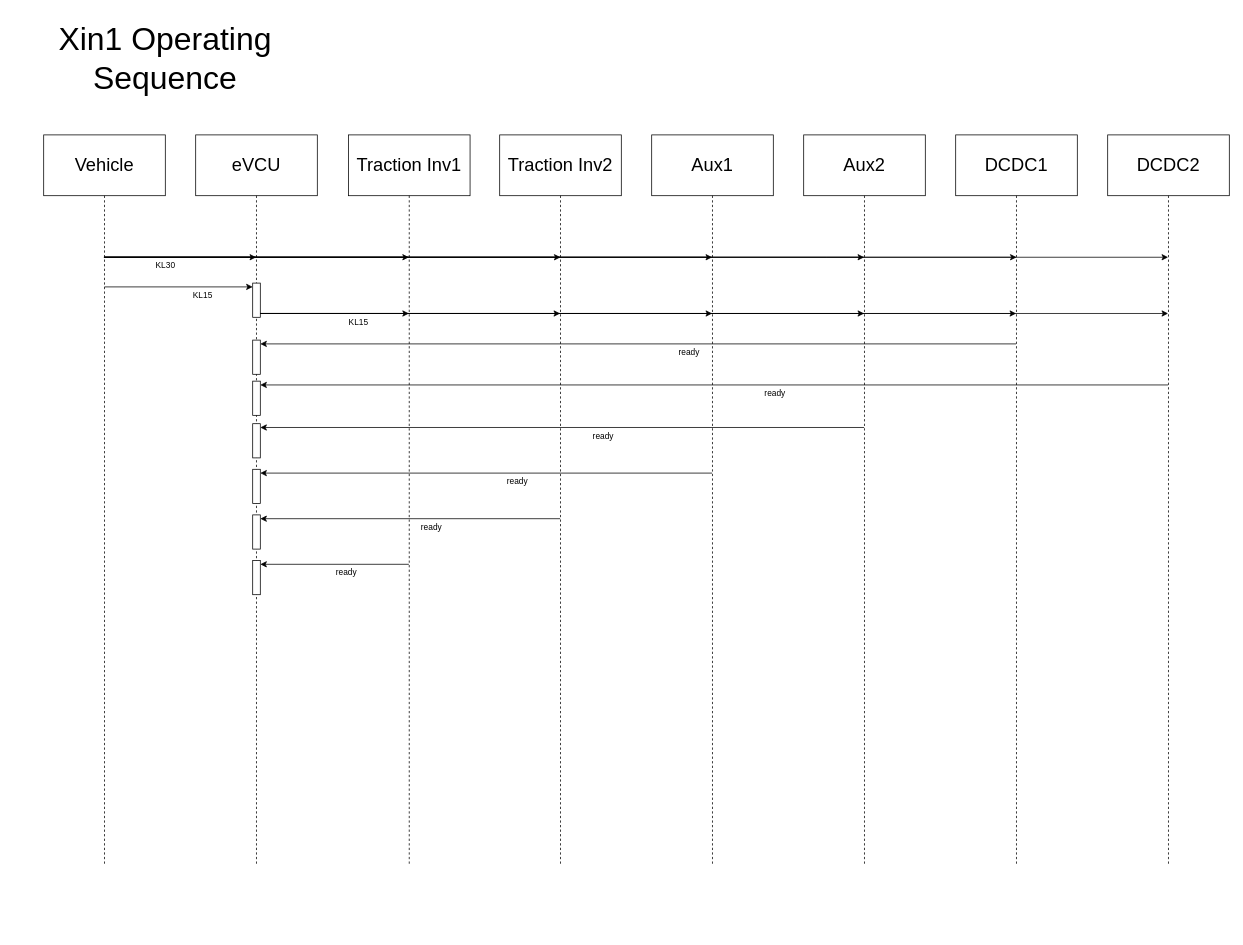
Earlier version of the draw.io diagram page "subsytem Block diag" (2 of 3) of xin1System.drawio (chdev2011/temp). Source tidied: cells renumbered, new cells numbered last; positions are measured from the earlier drawing's top-left corner, leaving out a move shared by most shapes. Both pictures are drawn from the tidied source at 76%, with x=0, y=0 at pixel (13, 13).
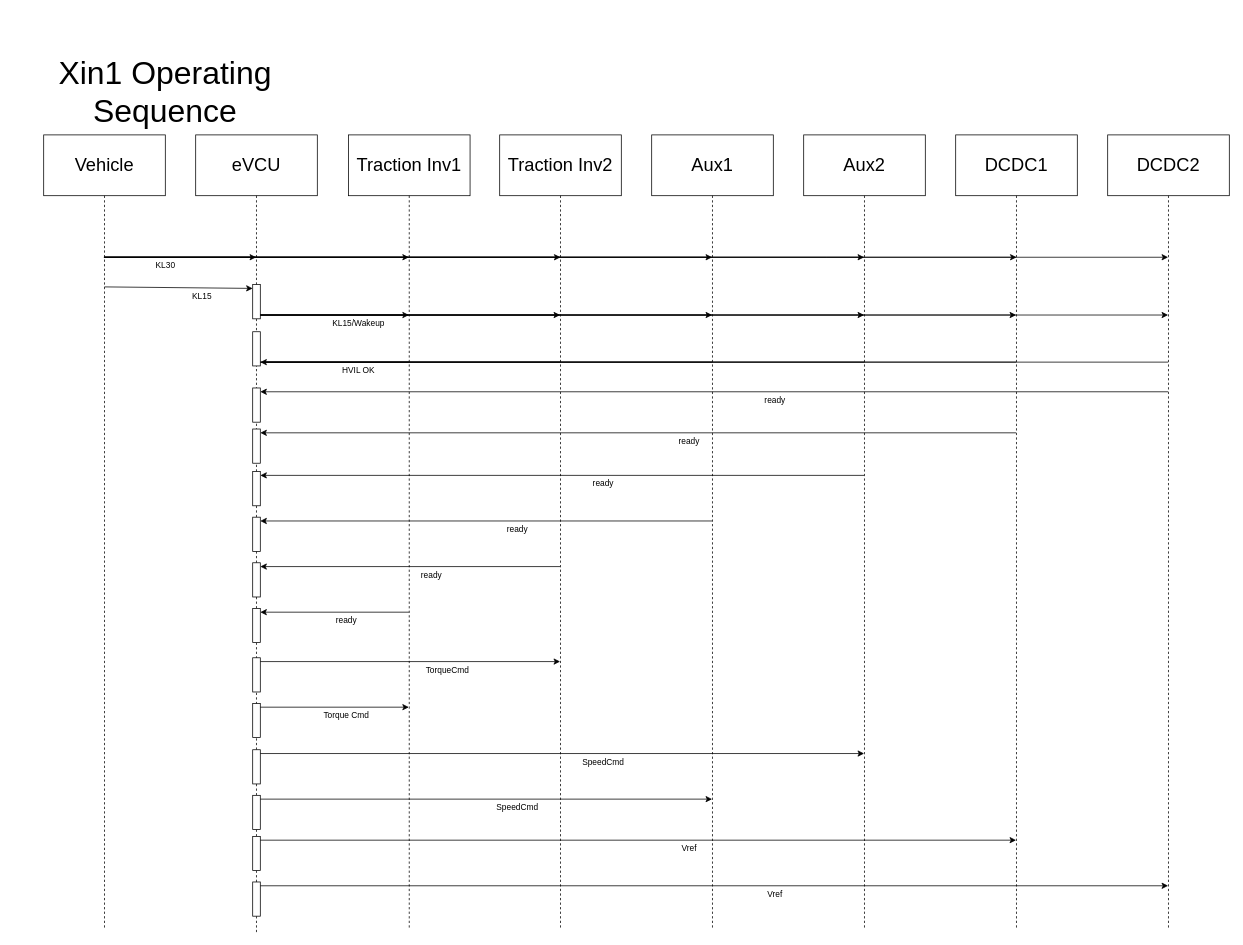
After the change.

Unchanged cells that the change refers to:
```xml
<mxCell id="27" style="endArrow=classic;html=1;rounded=0;exitX=1;exitY=1;exitDx=0;exitDy=-5;exitPerimeter=0;" parent="1" edge="1" source="5" target="12">
  <mxGeometry relative="1" as="geometry" />
</mxCell>
```

The edit, as a diff of the source:
```diff
@@
     <mxCell id="2" value="Xin1 Operating Sequence" style="text;html=1;whiteSpace=wrap;strokeColor=none;fillColor=none;align=center;verticalAlign=middle;rounded=1;fontSize=42;labelBorderColor=none;" parent="1" vertex="1">
-      <mxGeometry width="400" height="120" as="geometry" />
+      <mxGeometry y="44" width="400" height="120" as="geometry" />
     </mxCell>
     <mxCell id="3" value="Vehicle" style="shape=umlLifeline;perimeter=lifelinePerimeter;whiteSpace=wrap;html=1;newEdgeStyle={&quot;curved&quot;:0,&quot;rounded&quot;:0};size=80;fontSize=24;" parent="1" vertex="1">
-      <mxGeometry x="40" y="160" width="160" height="960" as="geometry" />
+      <mxGeometry x="40" y="160" width="160" height="1044" as="geometry" />
     </mxCell>
     <mxCell id="4" value="eVCU" style="shape=umlLifeline;perimeter=lifelinePerimeter;whiteSpace=wrap;html=1;newEdgeStyle={&quot;curved&quot;:0,&quot;rounded&quot;:0};size=80;fontSize=24;" parent="1" vertex="1">
-      <mxGeometry x="240" y="160" width="160" height="960" as="geometry" />
+      <mxGeometry x="240" y="160" width="160" height="1049" as="geometry" />
     </mxCell>
     <mxCell id="5" style="html=1;points=[[0,0,0,0,5],[0,1,0,0,-5],[1,0,0,0,5],[1,1,0,0,-5]];perimeter=orthogonalPerimeter;outlineConnect=0;targetShapes=umlLifeline;portConstraint=eastwest;newEdgeStyle={&quot;curved&quot;:0,&quot;rounded&quot;:0};" parent="4" vertex="1">
-      <mxGeometry x="75" y="195" width="10" height="45" as="geometry" />
+      <mxGeometry x="75" y="197" width="10" height="45" as="geometry" />
     </mxCell>
     <mxCell id="6" style="html=1;points=[[0,0,0,0,5],[0,1,0,0,-5],[1,0,0,0,5],[1,1,0,0,-5]];perimeter=orthogonalPerimeter;outlineConnect=0;targetShapes=umlLifeline;portConstraint=eastwest;newEdgeStyle={&quot;curved&quot;:0,&quot;rounded&quot;:0};" parent="4" vertex="1">
-      <mxGeometry x="75" y="324" width="10" height="45" as="geometry" />
+      <mxGeometry x="75" y="387" width="10" height="45" as="geometry" />
     </mxCell>
     <mxCell id="7" style="html=1;points=[[0,0,0,0,5],[0,1,0,0,-5],[1,0,0,0,5],[1,1,0,0,-5]];perimeter=orthogonalPerimeter;outlineConnect=0;targetShapes=umlLifeline;portConstraint=eastwest;newEdgeStyle={&quot;curved&quot;:0,&quot;rounded&quot;:0};" parent="4" vertex="1">
-      <mxGeometry x="75" y="270" width="10" height="45" as="geometry" />
+      <mxGeometry x="75" y="333" width="10" height="45" as="geometry" />
     </mxCell>
     <mxCell id="8" style="html=1;points=[[0,0,0,0,5],[0,1,0,0,-5],[1,0,0,0,5],[1,1,0,0,-5]];perimeter=orthogonalPerimeter;outlineConnect=0;targetShapes=umlLifeline;portConstraint=eastwest;newEdgeStyle={&quot;curved&quot;:0,&quot;rounded&quot;:0};" parent="4" vertex="1">
-      <mxGeometry x="75" y="380" width="10" height="45" as="geometry" />
+      <mxGeometry x="75" y="443" width="10" height="45" as="geometry" />
     </mxCell>
     <mxCell id="9" style="html=1;points=[[0,0,0,0,5],[0,1,0,0,-5],[1,0,0,0,5],[1,1,0,0,-5]];perimeter=orthogonalPerimeter;outlineConnect=0;targetShapes=umlLifeline;portConstraint=eastwest;newEdgeStyle={&quot;curved&quot;:0,&quot;rounded&quot;:0};" parent="4" vertex="1">
-      <mxGeometry x="75" y="440" width="10" height="45" as="geometry" />
+      <mxGeometry x="75" y="503" width="10" height="45" as="geometry" />
     </mxCell>
     <mxCell id="10" style="html=1;points=[[0,0,0,0,5],[0,1,0,0,-5],[1,0,0,0,5],[1,1,0,0,-5]];perimeter=orthogonalPerimeter;outlineConnect=0;targetShapes=umlLifeline;portConstraint=eastwest;newEdgeStyle={&quot;curved&quot;:0,&quot;rounded&quot;:0};" parent="4" vertex="1">
-      <mxGeometry x="75" y="500" width="10" height="45" as="geometry" />
+      <mxGeometry x="75" y="563" width="10" height="45" as="geometry" />
     </mxCell>
     <mxCell id="11" style="html=1;points=[[0,0,0,0,5],[0,1,0,0,-5],[1,0,0,0,5],[1,1,0,0,-5]];perimeter=orthogonalPerimeter;outlineConnect=0;targetShapes=umlLifeline;portConstraint=eastwest;newEdgeStyle={&quot;curved&quot;:0,&quot;rounded&quot;:0};" parent="4" vertex="1">
-      <mxGeometry x="75" y="560" width="10" height="45" as="geometry" />
+      <mxGeometry x="75" y="623" width="10" height="45" as="geometry" />
     </mxCell>
+    <mxCell id="35" style="endArrow=classic;html=1;rounded=0;entryX=1;entryY=0;entryDx=0;entryDy=5;entryPerimeter=0;" parent="4" edge="1" target="6">
+      <mxGeometry relative="1" as="geometry">
+        <mxPoint x="1079.5" y="392" as="sourcePoint" />
+      </mxGeometry>
+    </mxCell>
+    <mxCell id="36" value="ready" style="edgeLabel;html=1;align=center;verticalAlign=middle;" parent="35" vertex="1">
+      <mxGeometry x="-0.13" y="2" relative="1" as="geometry">
+        <mxPoint x="2" y="8" as="offset" />
+      </mxGeometry>
+    </mxCell>
+    <mxCell id="37" style="endArrow=classic;html=1;rounded=0;entryX=1;entryY=0;entryDx=0;entryDy=5;entryPerimeter=0;" parent="4" edge="1" target="7">
+      <mxGeometry relative="1" as="geometry">
+        <mxPoint x="1279.5" y="338" as="sourcePoint" />
+      </mxGeometry>
+    </mxCell>
+    <mxCell id="38" value="ready" style="edgeLabel;html=1;align=center;verticalAlign=middle;" parent="37" vertex="1">
+      <mxGeometry x="-0.13" y="2" relative="1" as="geometry">
+        <mxPoint x="2" y="8" as="offset" />
+      </mxGeometry>
+    </mxCell>
+    <mxCell id="39" style="endArrow=classic;html=1;rounded=0;entryX=1;entryY=0;entryDx=0;entryDy=5;entryPerimeter=0;" parent="4" edge="1" target="8">
+      <mxGeometry relative="1" as="geometry">
+        <mxPoint x="879.5" y="448" as="sourcePoint" />
+      </mxGeometry>
+    </mxCell>
+    <mxCell id="40" value="ready" style="edgeLabel;html=1;align=center;verticalAlign=middle;" parent="39" vertex="1">
+      <mxGeometry x="-0.13" y="2" relative="1" as="geometry">
+        <mxPoint x="2" y="8" as="offset" />
+      </mxGeometry>
+    </mxCell>
+    <mxCell id="41" style="endArrow=classic;html=1;rounded=0;entryX=1;entryY=0;entryDx=0;entryDy=5;entryPerimeter=0;" parent="4" edge="1" target="9">
+      <mxGeometry relative="1" as="geometry">
+        <mxPoint x="679.5" y="508" as="sourcePoint" />
+      </mxGeometry>
+    </mxCell>
+    <mxCell id="42" value="ready" style="edgeLabel;html=1;align=center;verticalAlign=middle;" parent="41" vertex="1">
+      <mxGeometry x="-0.13" y="2" relative="1" as="geometry">
+        <mxPoint x="2" y="8" as="offset" />
+      </mxGeometry>
+    </mxCell>
+    <mxCell id="43" style="endArrow=classic;html=1;rounded=0;entryX=1;entryY=0;entryDx=0;entryDy=5;entryPerimeter=0;" parent="4" edge="1" target="10">
+      <mxGeometry relative="1" as="geometry">
+        <mxPoint x="479.5" y="568" as="sourcePoint" />
+      </mxGeometry>
+    </mxCell>
+    <mxCell id="44" value="ready" style="edgeLabel;html=1;align=center;verticalAlign=middle;" parent="43" vertex="1">
+      <mxGeometry x="-0.13" y="2" relative="1" as="geometry">
+        <mxPoint x="2" y="8" as="offset" />
+      </mxGeometry>
+    </mxCell>
+    <mxCell id="45" style="endArrow=classic;html=1;rounded=0;entryX=1;entryY=0;entryDx=0;entryDy=5;entryPerimeter=0;" parent="4" edge="1" target="11">
+      <mxGeometry relative="1" as="geometry">
+        <mxPoint x="280.5" y="628" as="sourcePoint" />
+      </mxGeometry>
+    </mxCell>
+    <mxCell id="46" value="ready" style="edgeLabel;html=1;align=center;verticalAlign=middle;" parent="45" vertex="1">
+      <mxGeometry x="-0.13" y="2" relative="1" as="geometry">
+        <mxPoint x="2" y="8" as="offset" />
+      </mxGeometry>
+    </mxCell>
+    <mxCell id="47" style="html=1;points=[[0,0,0,0,5],[0,1,0,0,-5],[1,0,0,0,5],[1,1,0,0,-5]];perimeter=orthogonalPerimeter;outlineConnect=0;targetShapes=umlLifeline;portConstraint=eastwest;newEdgeStyle={&quot;curved&quot;:0,&quot;rounded&quot;:0};" parent="4" vertex="1">
+      <mxGeometry x="75" y="259" width="10" height="45" as="geometry" />
+    </mxCell>
+    <mxCell id="48" style="html=1;points=[[0,0,0,0,5],[0,1,0,0,-5],[1,0,0,0,5],[1,1,0,0,-5]];perimeter=orthogonalPerimeter;outlineConnect=0;targetShapes=umlLifeline;portConstraint=eastwest;newEdgeStyle={&quot;curved&quot;:0,&quot;rounded&quot;:0};" parent="4" vertex="1">
+      <mxGeometry x="75" y="688" width="10" height="45" as="geometry" />
+    </mxCell>
+    <mxCell id="49" style="html=1;points=[[0,0,0,0,5],[0,1,0,0,-5],[1,0,0,0,5],[1,1,0,0,-5]];perimeter=orthogonalPerimeter;outlineConnect=0;targetShapes=umlLifeline;portConstraint=eastwest;newEdgeStyle={&quot;curved&quot;:0,&quot;rounded&quot;:0};" parent="4" vertex="1">
+      <mxGeometry x="75" y="748" width="10" height="45" as="geometry" />
+    </mxCell>
+    <mxCell id="50" style="html=1;points=[[0,0,0,0,5],[0,1,0,0,-5],[1,0,0,0,5],[1,1,0,0,-5]];perimeter=orthogonalPerimeter;outlineConnect=0;targetShapes=umlLifeline;portConstraint=eastwest;newEdgeStyle={&quot;curved&quot;:0,&quot;rounded&quot;:0};" parent="4" vertex="1">
+      <mxGeometry x="75" y="809" width="10" height="45" as="geometry" />
+    </mxCell>
+    <mxCell id="51" style="html=1;points=[[0,0,0,0,5],[0,1,0,0,-5],[1,0,0,0,5],[1,1,0,0,-5]];perimeter=orthogonalPerimeter;outlineConnect=0;targetShapes=umlLifeline;portConstraint=eastwest;newEdgeStyle={&quot;curved&quot;:0,&quot;rounded&quot;:0};" parent="4" vertex="1">
+      <mxGeometry x="75" y="869" width="10" height="45" as="geometry" />
+    </mxCell>
+    <mxCell id="52" style="endArrow=none;html=1;rounded=0;entryX=1;entryY=0;entryDx=0;entryDy=5;entryPerimeter=0;startArrow=classic;startFill=1;endFill=0;" parent="4" edge="1" target="50">
+      <mxGeometry relative="1" as="geometry">
+        <mxPoint x="879.5" y="814" as="sourcePoint" />
+      </mxGeometry>
+    </mxCell>
+    <mxCell id="53" value="SpeedCmd" style="edgeLabel;html=1;align=center;verticalAlign=middle;" parent="52" vertex="1">
+      <mxGeometry x="-0.13" y="2" relative="1" as="geometry">
+        <mxPoint x="2" y="8" as="offset" />
+      </mxGeometry>
+    </mxCell>
+    <mxCell id="54" style="endArrow=none;html=1;rounded=0;entryX=1;entryY=0;entryDx=0;entryDy=5;entryPerimeter=0;startArrow=classic;startFill=1;endFill=0;" parent="4" edge="1" target="51">
+      <mxGeometry relative="1" as="geometry">
+        <mxPoint x="679.5" y="874" as="sourcePoint" />
+      </mxGeometry>
+    </mxCell>
+    <mxCell id="55" value="SpeedCmd" style="edgeLabel;html=1;align=center;verticalAlign=middle;" parent="54" vertex="1">
+      <mxGeometry x="-0.13" y="2" relative="1" as="geometry">
+        <mxPoint x="2" y="8" as="offset" />
+      </mxGeometry>
+    </mxCell>
+    <mxCell id="56" style="html=1;points=[[0,0,0,0,5],[0,1,0,0,-5],[1,0,0,0,5],[1,1,0,0,-5]];perimeter=orthogonalPerimeter;outlineConnect=0;targetShapes=umlLifeline;portConstraint=eastwest;newEdgeStyle={&quot;curved&quot;:0,&quot;rounded&quot;:0};" parent="4" vertex="1">
+      <mxGeometry x="75" y="923" width="10" height="45" as="geometry" />
+    </mxCell>
+    <mxCell id="57" style="html=1;points=[[0,0,0,0,5],[0,1,0,0,-5],[1,0,0,0,5],[1,1,0,0,-5]];perimeter=orthogonalPerimeter;outlineConnect=0;targetShapes=umlLifeline;portConstraint=eastwest;newEdgeStyle={&quot;curved&quot;:0,&quot;rounded&quot;:0};" parent="4" vertex="1">
+      <mxGeometry x="75" y="983" width="10" height="45" as="geometry" />
+    </mxCell>
     <mxCell id="12" value="Traction Inv1" style="shape=umlLifeline;perimeter=lifelinePerimeter;whiteSpace=wrap;html=1;outlineConnect=0;portConstraint=eastwest;newEdgeStyle={&quot;curved&quot;:0,&quot;rounded&quot;:0};size=80;fontSize=24;" parent="1" vertex="1">
-      <mxGeometry x="441" y="160" width="160" height="960" as="geometry" />
+      <mxGeometry x="441" y="160" width="160" height="1044" as="geometry" />
     </mxCell>
     <mxCell id="13" value="Traction Inv2" style="shape=umlLifeline;perimeter=lifelinePerimeter;whiteSpace=wrap;html=1;outlineConnect=0;portConstraint=eastwest;newEdgeStyle={&quot;curved&quot;:0,&quot;rounded&quot;:0};size=80;fontSize=24;" parent="1" vertex="1">
-      <mxGeometry x="640" y="160" width="160" height="960" as="geometry" />
+      <mxGeometry x="640" y="160" width="160" height="1044" as="geometry" />
     </mxCell>
     <mxCell id="14" value="Aux1" style="shape=umlLifeline;perimeter=lifelinePerimeter;whiteSpace=wrap;html=1;outlineConnect=0;portConstraint=eastwest;newEdgeStyle={&quot;curved&quot;:0,&quot;rounded&quot;:0};size=80;fontSize=24;" parent="1" vertex="1">
-      <mxGeometry x="840" y="160" width="160" height="960" as="geometry" />
+      <mxGeometry x="840" y="160" width="160" height="1044" as="geometry" />
     </mxCell>
     <mxCell id="15" value="Aux2" style="shape=umlLifeline;perimeter=lifelinePerimeter;whiteSpace=wrap;html=1;outlineConnect=0;portConstraint=eastwest;newEdgeStyle={&quot;curved&quot;:0,&quot;rounded&quot;:0};size=80;fontSize=24;" parent="1" vertex="1">
-      <mxGeometry x="1040" y="160" width="160" height="960" as="geometry" />
+      <mxGeometry x="1040" y="160" width="160" height="1044" as="geometry" />
     </mxCell>
     <mxCell id="16" value="DCDC1" style="shape=umlLifeline;perimeter=lifelinePerimeter;whiteSpace=wrap;html=1;outlineConnect=0;portConstraint=eastwest;newEdgeStyle={&quot;curved&quot;:0,&quot;rounded&quot;:0};size=80;fontSize=24;" parent="1" vertex="1">
-      <mxGeometry x="1240" y="160" width="160" height="960" as="geometry" />
+      <mxGeometry x="1240" y="160" width="160" height="1044" as="geometry" />
     </mxCell>
     <mxCell id="17" value="DCDC2" style="shape=umlLifeline;perimeter=lifelinePerimeter;whiteSpace=wrap;html=1;outlineConnect=0;portConstraint=eastwest;newEdgeStyle={&quot;curved&quot;:0,&quot;rounded&quot;:0};size=80;fontSize=24;" parent="1" vertex="1">
-      <mxGeometry x="1440" y="160" width="160" height="960" as="geometry" />
+      <mxGeometry x="1440" y="160" width="160" height="1044" as="geometry" />
     </mxCell>
@@
-    <mxCell id="28" value="KL15" style="edgeLabel;html=1;align=center;verticalAlign=middle;" parent="27" vertex="1">
+    <mxCell id="28" value="KL15/Wakeup" style="edgeLabel;html=1;align=center;verticalAlign=middle;" parent="27" vertex="1">
       <mxGeometry x="0.35" y="-2" relative="1" as="geometry">
         <mxPoint x="-4" y="8" as="offset" />
       </mxGeometry>
     </mxCell>
@@
-    <mxCell id="35" style="endArrow=classic;html=1;rounded=0;entryX=1;entryY=0;entryDx=0;entryDy=5;entryPerimeter=0;" parent="1" edge="1" source="17" target="6">
-      <mxGeometry relative="1" as="geometry" />
-    </mxCell>
-    <mxCell id="36" value="ready" style="edgeLabel;html=1;align=center;verticalAlign=middle;" parent="35" vertex="1">
-      <mxGeometry x="-0.13" y="2" relative="1" as="geometry">
-        <mxPoint x="2" y="8" as="offset" />
-      </mxGeometry>
-    </mxCell>
-    <mxCell id="37" style="endArrow=classic;html=1;rounded=0;entryX=1;entryY=0;entryDx=0;entryDy=5;entryPerimeter=0;" parent="1" edge="1" source="16" target="7">
-      <mxGeometry relative="1" as="geometry" />
-    </mxCell>
-    <mxCell id="38" value="ready" style="edgeLabel;html=1;align=center;verticalAlign=middle;" parent="37" vertex="1">
-      <mxGeometry x="-0.13" y="2" relative="1" as="geometry">
-        <mxPoint x="2" y="8" as="offset" />
-      </mxGeometry>
-    </mxCell>
-    <mxCell id="39" style="endArrow=classic;html=1;rounded=0;entryX=1;entryY=0;entryDx=0;entryDy=5;entryPerimeter=0;" parent="1" edge="1" source="15" target="8">
-      <mxGeometry relative="1" as="geometry" />
-    </mxCell>
-    <mxCell id="40" value="ready" style="edgeLabel;html=1;align=center;verticalAlign=middle;" parent="39" vertex="1">
-      <mxGeometry x="-0.13" y="2" relative="1" as="geometry">
-        <mxPoint x="2" y="8" as="offset" />
-      </mxGeometry>
-    </mxCell>
-    <mxCell id="41" style="endArrow=classic;html=1;rounded=0;entryX=1;entryY=0;entryDx=0;entryDy=5;entryPerimeter=0;" parent="1" edge="1" source="14" target="9">
-      <mxGeometry relative="1" as="geometry" />
-    </mxCell>
-    <mxCell id="42" value="ready" style="edgeLabel;html=1;align=center;verticalAlign=middle;" parent="41" vertex="1">
-      <mxGeometry x="-0.13" y="2" relative="1" as="geometry">
-        <mxPoint x="2" y="8" as="offset" />
-      </mxGeometry>
-    </mxCell>
-    <mxCell id="43" style="endArrow=classic;html=1;rounded=0;entryX=1;entryY=0;entryDx=0;entryDy=5;entryPerimeter=0;" parent="1" edge="1" source="13" target="10">
-      <mxGeometry relative="1" as="geometry" />
-    </mxCell>
-    <mxCell id="44" value="ready" style="edgeLabel;html=1;align=center;verticalAlign=middle;" parent="43" vertex="1">
-      <mxGeometry x="-0.13" y="2" relative="1" as="geometry">
-        <mxPoint x="2" y="8" as="offset" />
-      </mxGeometry>
-    </mxCell>
-    <mxCell id="45" style="endArrow=classic;html=1;rounded=0;entryX=1;entryY=0;entryDx=0;entryDy=5;entryPerimeter=0;" parent="1" edge="1" source="12" target="11">
-      <mxGeometry relative="1" as="geometry" />
-    </mxCell>
-    <mxCell id="46" value="ready" style="edgeLabel;html=1;align=center;verticalAlign=middle;" parent="45" vertex="1">
-      <mxGeometry x="-0.13" y="2" relative="1" as="geometry">
-        <mxPoint x="2" y="8" as="offset" />
-      </mxGeometry>
-    </mxCell>
+    <mxCell id="58" style="endArrow=none;html=1;rounded=0;exitX=1;exitY=1;exitDx=0;exitDy=-5;exitPerimeter=0;endFill=0;" parent="1" edge="1" source="47">
+      <mxGeometry relative="1" as="geometry">
+        <mxPoint x="520.5" y="459" as="targetPoint" />
+      </mxGeometry>
+    </mxCell>
+    <mxCell id="59" value="HVIL OK" style="edgeLabel;html=1;align=center;verticalAlign=middle;" parent="58" vertex="1">
+      <mxGeometry x="0.35" y="-2" relative="1" as="geometry">
+        <mxPoint x="-4" y="8" as="offset" />
+      </mxGeometry>
+    </mxCell>
+    <mxCell id="60" style="endArrow=none;html=1;rounded=0;exitX=1;exitY=1;exitDx=0;exitDy=-5;exitPerimeter=0;endFill=0;" parent="1" edge="1" source="47">
+      <mxGeometry relative="1" as="geometry">
+        <mxPoint x="719.5" y="459" as="targetPoint" />
+      </mxGeometry>
+    </mxCell>
+    <mxCell id="61" style="endArrow=none;html=1;rounded=0;endFill=0;" parent="1" edge="1">
+      <mxGeometry relative="1" as="geometry">
+        <mxPoint x="330" y="459" as="sourcePoint" />
+        <mxPoint x="919.5" y="459" as="targetPoint" />
+      </mxGeometry>
+    </mxCell>
+    <mxCell id="62" style="endArrow=none;html=1;rounded=0;endFill=0;" parent="1" edge="1">
+      <mxGeometry relative="1" as="geometry">
+        <mxPoint x="330" y="459" as="sourcePoint" />
+        <mxPoint x="1120" y="459" as="targetPoint" />
+      </mxGeometry>
+    </mxCell>
+    <mxCell id="63" style="endArrow=none;html=1;rounded=0;endFill=0;" parent="1" edge="1">
+      <mxGeometry relative="1" as="geometry">
+        <mxPoint x="330" y="459" as="sourcePoint" />
+        <mxPoint x="1319.5" y="459" as="targetPoint" />
+      </mxGeometry>
+    </mxCell>
+    <mxCell id="64" style="endArrow=none;html=1;rounded=0;exitX=1;exitY=1;exitDx=0;exitDy=-5;exitPerimeter=0;endFill=0;startArrow=classic;startFill=1;" parent="1" edge="1" source="47">
+      <mxGeometry relative="1" as="geometry">
+        <mxPoint x="1519.5" y="459" as="targetPoint" />
+      </mxGeometry>
+    </mxCell>
+    <mxCell id="65" style="endArrow=none;html=1;rounded=0;entryX=1;entryY=0;entryDx=0;entryDy=5;entryPerimeter=0;startArrow=classic;startFill=1;endFill=0;" parent="1" edge="1" target="48">
+      <mxGeometry relative="1" as="geometry">
+        <mxPoint x="719.5" y="853" as="sourcePoint" />
+      </mxGeometry>
+    </mxCell>
+    <mxCell id="66" value="TorqueCmd" style="edgeLabel;html=1;align=center;verticalAlign=middle;" parent="65" vertex="1">
+      <mxGeometry x="-0.13" y="2" relative="1" as="geometry">
+        <mxPoint x="23" y="8" as="offset" />
+      </mxGeometry>
+    </mxCell>
+    <mxCell id="67" style="endArrow=none;html=1;rounded=0;entryX=1;entryY=0;entryDx=0;entryDy=5;entryPerimeter=0;startArrow=classic;startFill=1;endFill=0;" parent="1" edge="1" target="49">
+      <mxGeometry relative="1" as="geometry">
+        <mxPoint x="520.5" y="913" as="sourcePoint" />
+      </mxGeometry>
+    </mxCell>
+    <mxCell id="68" value="Torque Cmd" style="edgeLabel;html=1;align=center;verticalAlign=middle;" parent="67" vertex="1">
+      <mxGeometry x="-0.13" y="2" relative="1" as="geometry">
+        <mxPoint x="2" y="8" as="offset" />
+      </mxGeometry>
+    </mxCell>
+    <mxCell id="69" style="endArrow=none;html=1;rounded=0;entryX=1;entryY=0;entryDx=0;entryDy=5;entryPerimeter=0;startArrow=classic;startFill=1;endFill=0;" parent="1" edge="1" target="56">
+      <mxGeometry relative="1" as="geometry">
+        <mxPoint x="1319.5" y="1088" as="sourcePoint" />
+      </mxGeometry>
+    </mxCell>
+    <mxCell id="70" value="Vref" style="edgeLabel;html=1;align=center;verticalAlign=middle;" parent="69" vertex="1">
+      <mxGeometry x="-0.13" y="2" relative="1" as="geometry">
+        <mxPoint x="2" y="8" as="offset" />
+      </mxGeometry>
+    </mxCell>
+    <mxCell id="71" style="endArrow=none;html=1;rounded=0;entryX=1;entryY=0;entryDx=0;entryDy=5;entryPerimeter=0;startArrow=classic;startFill=1;endFill=0;" parent="1" edge="1" target="57">
+      <mxGeometry relative="1" as="geometry">
+        <mxPoint x="1519.5" y="1148" as="sourcePoint" />
+      </mxGeometry>
+    </mxCell>
+    <mxCell id="72" value="Vref" style="edgeLabel;html=1;align=center;verticalAlign=middle;" parent="71" vertex="1">
+      <mxGeometry x="-0.13" y="2" relative="1" as="geometry">
+        <mxPoint x="2" y="8" as="offset" />
+      </mxGeometry>
+    </mxCell>
```
